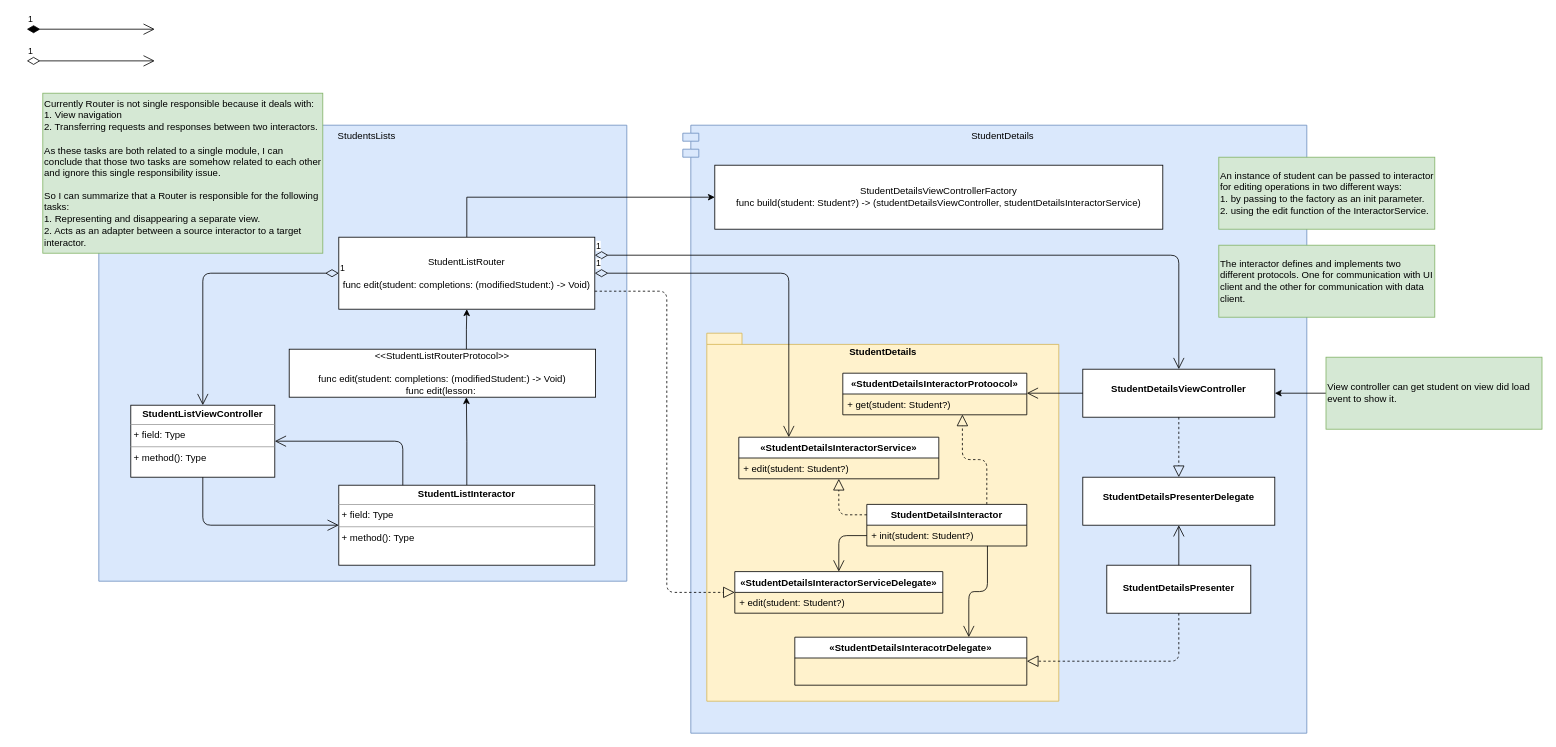
justin-er/Flow keeps this draw.io diagram as RouterPattern/Documents/Inter-module Communication.drawio. Above is the earlier version. Source tidied: cells renumbered, new cells numbered last; positions are measured from the earlier drawing's top-left corner, leaving out a move shared by most shapes. Both pictures are drawn from the tidied source at 80%, with x=0, y=0 at pixel (26, 29).
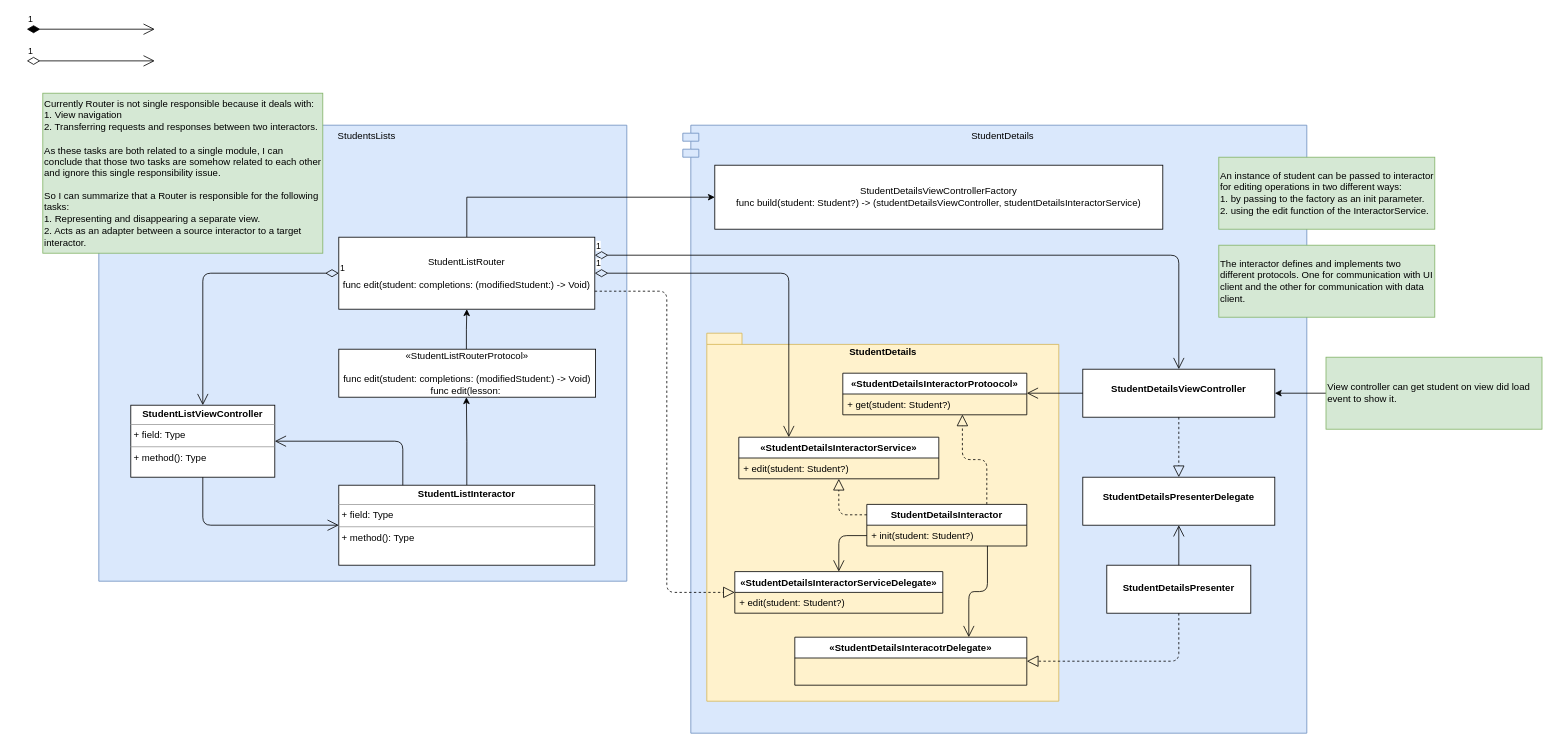
The same page after the edit.

Diff of the diagram source:
```diff
@@
-    <mxCell id="7" value="&amp;lt;&amp;lt;StudentListRouterProtocol&amp;gt;&amp;gt;&lt;br&gt;&lt;br&gt;func edit(student: completions: (modifiedStudent:) -&amp;gt; Void)&lt;br&gt;func edit(lesson:&amp;nbsp;" style="rounded=0;whiteSpace=wrap;html=1;" parent="1" vertex="1">
-      <mxGeometry x="328" y="400" width="383" height="60" as="geometry" />
+    <mxCell id="7" value="«StudentListRouterProtocol»&lt;br&gt;&lt;br&gt;func edit(student: completions: (modifiedStudent:) -&amp;gt; Void)&lt;br&gt;func edit(lesson:&amp;nbsp;" style="rounded=0;whiteSpace=wrap;html=1;" parent="1" vertex="1">
+      <mxGeometry x="390" y="400" width="321" height="60" as="geometry" />
     </mxCell>
```
